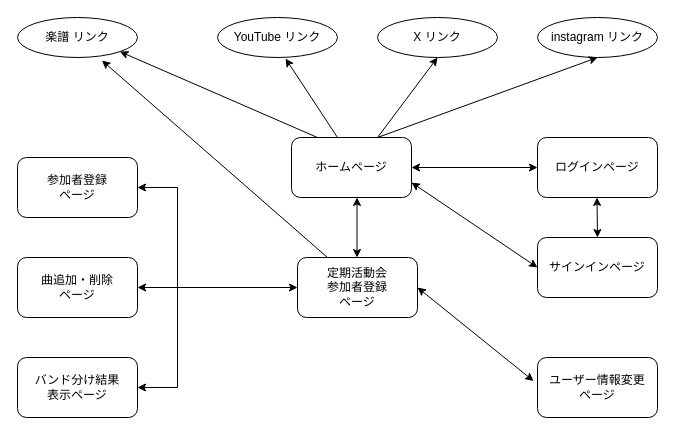
KITASHA/SQU-App keeps this draw.io diagram as Squ-App-diagram.drawio. Above is the earlier version. Source tidied: cells renumbered, new cells numbered last; positions are measured from the earlier drawing's top-left corner, leaving out a move shared by most shapes. Both pictures are drawn from the tidied source at 100%, with x=0, y=0 at pixel (17, 17).
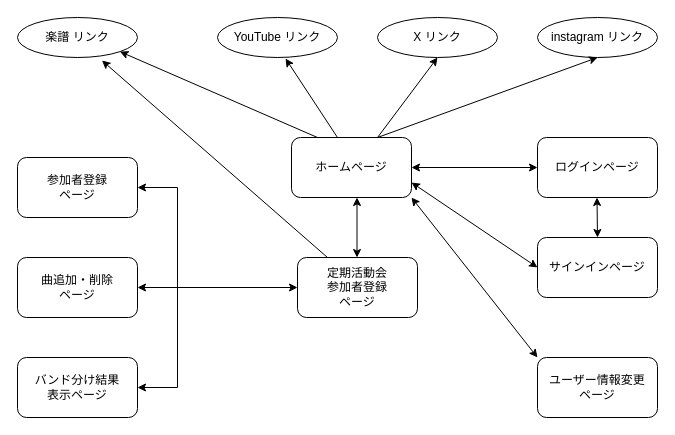
After the change.

Commit message (it also covers changes not shown here):
画面遷移図の修正

The change refers to these unchanged cells:
```xml
<mxCell id="2" value="ホームページ" style="rounded=1;whiteSpace=wrap;html=1;" parent="1" vertex="1">
  <mxGeometry x="274" y="120" width="120" height="60" as="geometry" />
</mxCell>
<mxCell id="8" value="ユーザー情報変更&lt;br&gt;ページ" style="rounded=1;whiteSpace=wrap;html=1;" parent="1" vertex="1">
  <mxGeometry x="520" y="340" width="120" height="60" as="geometry" />
</mxCell>
```

Diff of the diagram source:
```diff
@@
-    <mxCell id="26" style="endArrow=classic;startArrow=classic;html=1;entryX=-0.033;entryY=0.392;entryDx=0;entryDy=0;entryPerimeter=0;" parent="1" edge="1" target="8">
-      <mxGeometry relative="1" as="geometry">
-        <mxPoint x="400" y="270" as="sourcePoint" />
-      </mxGeometry>
+    <mxCell id="26" style="endArrow=classic;startArrow=classic;html=1;entryX=0;entryY=0;entryDx=0;entryDy=0;exitX=1;exitY=1;exitDx=0;exitDy=0;" parent="1" edge="1" source="2" target="8">
+      <mxGeometry relative="1" as="geometry" />
     </mxCell>
```
